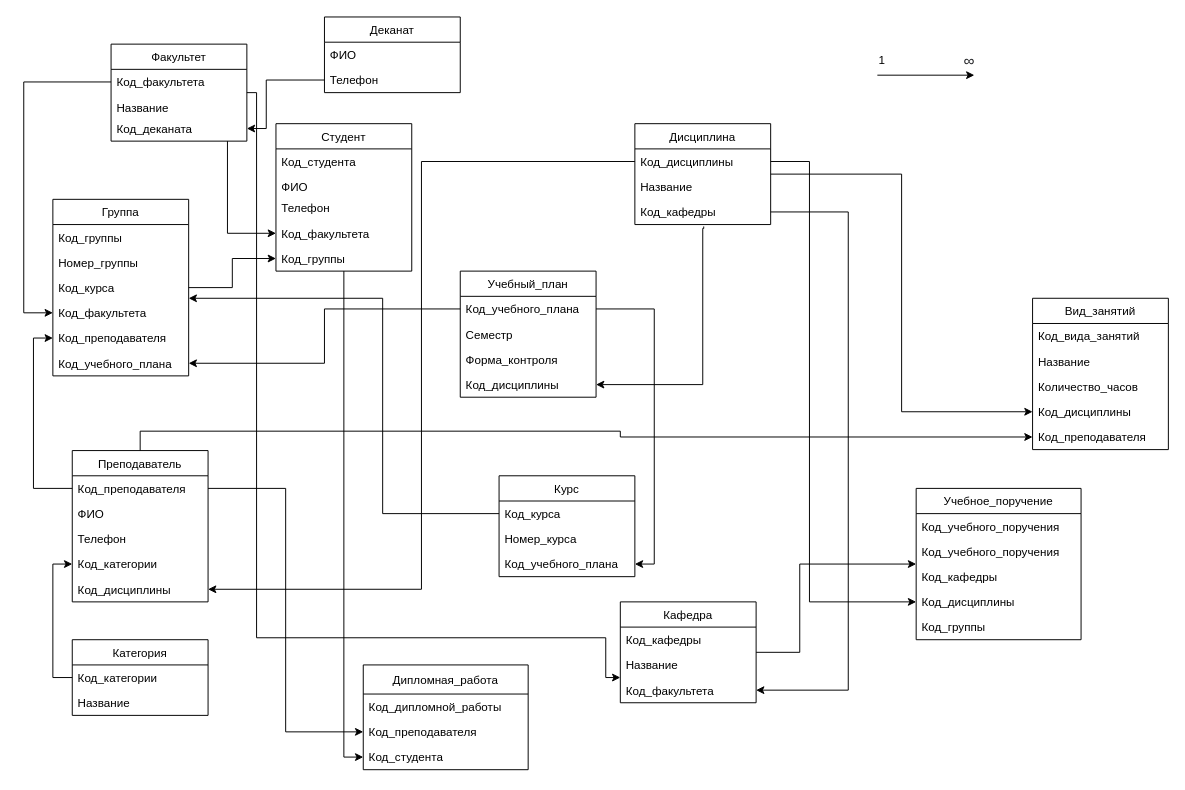
glushul/glushul keeps this draw.io diagram as Untitled Diagram.drawio. Above is the earlier version. Source tidied: cells renumbered, new cells numbered last; positions are measured from the earlier drawing's top-left corner, leaving out a move shared by most shapes. Both pictures are drawn from the tidied source at 97%, with x=0, y=0 at pixel (23, 16).
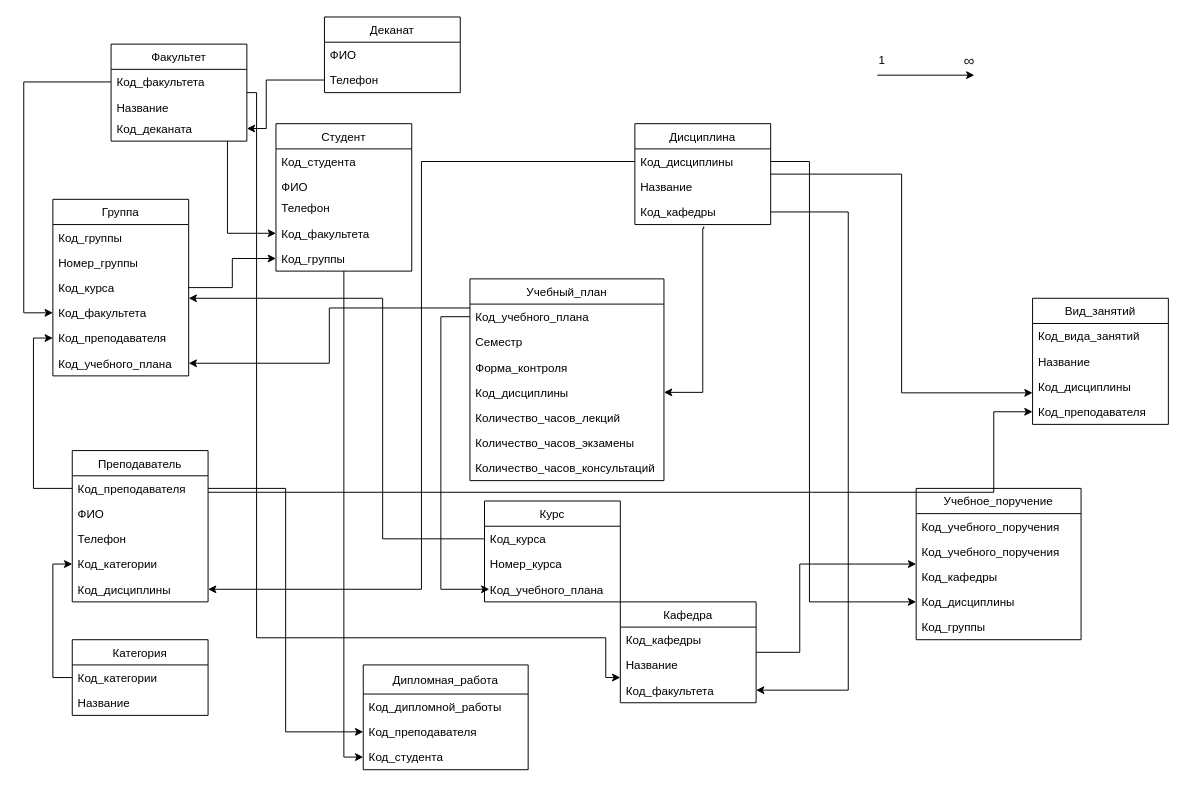
The same page after the edit.

The change refers to these unchanged cells:
```xml
<mxCell id="20" value="Преподаватель" style="swimlane;fontStyle=0;horizontal=1;startSize=26;fillColor=none;" parent="1" vertex="1">
  <mxGeometry x="50" y="447" width="140" height="156" as="geometry" />
</mxCell>
<mxCell id="36" value="Код_кафедры" style="text;strokeColor=none;fillColor=none;align=left;verticalAlign=top;spacingLeft=4;spacingRight=4;overflow=hidden;points=[[0,0.5],[1,0.5]];portConstraint=eastwest;" parent="33" vertex="1">
  <mxGeometry y="78" width="140" height="26" as="geometry" />
</mxCell>
<mxCell id="42" value="Код_курса" style="text;strokeColor=none;fillColor=none;align=left;verticalAlign=top;spacingLeft=4;spacingRight=4;overflow=hidden;points=[[0,0.5],[1,0.5]];portConstraint=eastwest;" parent="41" vertex="1">
  <mxGeometry y="26" width="140" height="26" as="geometry" />
</mxCell>
<mxCell id="44" value="Код_учебного_плана" style="text;strokeColor=none;fillColor=none;align=left;verticalAlign=top;spacingLeft=4;spacingRight=4;overflow=hidden;points=[[0,0.5],[1,0.5]];portConstraint=eastwest;" parent="41" vertex="1">
  <mxGeometry y="78" width="140" height="26" as="geometry" />
</mxCell>
<mxCell id="49" value="Код_курса&#10;" style="text;strokeColor=none;fillColor=none;align=left;verticalAlign=top;spacingLeft=4;spacingRight=4;overflow=hidden;points=[[0,0.5],[1,0.5]];portConstraint=eastwest;" parent="46" vertex="1">
  <mxGeometry y="78" width="140" height="26" as="geometry" />
</mxCell>
<mxCell id="52" value="Код_учебного_плана" style="text;strokeColor=none;fillColor=none;align=left;verticalAlign=top;spacingLeft=4;spacingRight=4;overflow=hidden;points=[[0,0.5],[1,0.5]];portConstraint=eastwest;" parent="46" vertex="1">
  <mxGeometry y="156" width="140" height="26" as="geometry" />
</mxCell>
```

The edit, as a diff of the source:
```diff
@@
     <mxCell id="19" style="edgeStyle=orthogonalEdgeStyle;rounded=0;jettySize=auto;html=1;entryX=0;entryY=0.5;entryDx=0;entryDy=0;" parent="1" edge="1" source="20" target="58">
-      <mxGeometry relative="1" as="geometry" />
+      <mxGeometry relative="1" as="geometry">
+        <Array as="points">
+          <mxPoint x="1000" y="490" />
+          <mxPoint x="1000" y="407" />
+        </Array>
+      </mxGeometry>
     </mxCell>
@@
     <mxCell id="26" value="Учебный_план" style="swimlane;fontStyle=0;horizontal=1;startSize=26;fillColor=none;" parent="1" vertex="1">
-      <mxGeometry x="450" y="262" width="140" height="130" as="geometry" />
+      <mxGeometry x="460" y="270" width="200" height="208" as="geometry" />
     </mxCell>
     <mxCell id="27" value="Код_учебного_плана" style="text;strokeColor=none;fillColor=none;align=left;verticalAlign=top;spacingLeft=4;spacingRight=4;overflow=hidden;points=[[0,0.5],[1,0.5]];portConstraint=eastwest;" parent="26" vertex="1">
-      <mxGeometry y="26" width="140" height="26" as="geometry" />
+      <mxGeometry y="26" width="200" height="26" as="geometry" />
     </mxCell>
     <mxCell id="28" value="Семестр" style="text;strokeColor=none;fillColor=none;align=left;verticalAlign=top;spacingLeft=4;spacingRight=4;overflow=hidden;" parent="26" vertex="1">
-      <mxGeometry y="52" width="140" height="26" as="geometry" />
+      <mxGeometry y="52" width="200" height="26" as="geometry" />
     </mxCell>
     <mxCell id="29" value="Форма_контроля" style="text;strokeColor=none;fillColor=none;align=left;verticalAlign=top;spacingLeft=4;spacingRight=4;overflow=hidden;" parent="26" vertex="1">
-      <mxGeometry y="78" width="140" height="26" as="geometry" />
+      <mxGeometry y="78" width="200" height="26" as="geometry" />
     </mxCell>
     <mxCell id="30" value="Код_дисциплины" style="text;strokeColor=none;fillColor=none;align=left;verticalAlign=top;spacingLeft=4;spacingRight=4;overflow=hidden;points=[[0,0.5],[1,0.5]];portConstraint=eastwest;" parent="26" vertex="1">
-      <mxGeometry y="104" width="140" height="26" as="geometry" />
+      <mxGeometry y="104" width="200" height="26" as="geometry" />
     </mxCell>
+    <mxCell id="86" value="Количество_часов_лекций" style="text;strokeColor=none;fillColor=none;align=left;verticalAlign=top;spacingLeft=4;spacingRight=4;overflow=hidden;" parent="26" vertex="1">
+      <mxGeometry y="130" width="200" height="26" as="geometry" />
+    </mxCell>
+    <mxCell id="87" value="Количество_часов_экзамены" style="text;strokeColor=none;fillColor=none;align=left;verticalAlign=top;spacingLeft=4;spacingRight=4;overflow=hidden;" parent="26" vertex="1">
+      <mxGeometry y="156" width="200" height="26" as="geometry" />
+    </mxCell>
+    <mxCell id="88" value="Количество_часов_консультаций" style="text;strokeColor=none;fillColor=none;align=left;verticalAlign=top;spacingLeft=4;spacingRight=4;overflow=hidden;" parent="26" vertex="1">
+      <mxGeometry y="182" width="200" height="26" as="geometry" />
+    </mxCell>
     <mxCell id="31" style="edgeStyle=orthogonalEdgeStyle;rounded=0;jettySize=auto;html=1;entryX=1;entryY=0.5;entryDx=0;entryDy=0;exitX=0.507;exitY=1.077;exitDx=0;exitDy=0;exitPerimeter=0;" parent="1" edge="1" source="36" target="30">
       <mxGeometry relative="1" as="geometry">
         <Array as="points">
           <mxPoint x="701" y="218" />
           <mxPoint x="700" y="218" />
-          <mxPoint x="700" y="379" />
+          <mxPoint x="700" y="387" />
         </Array>
       </mxGeometry>
     </mxCell>
@@
     <mxCell id="41" value="Курс" style="swimlane;fontStyle=0;horizontal=1;startSize=26;fillColor=none;" parent="1" vertex="1">
-      <mxGeometry x="490" y="473" width="140" height="104" as="geometry" />
+      <mxGeometry x="475" y="499" width="140" height="104" as="geometry" />
     </mxCell>
@@
     <mxCell id="53" value="Вид_занятий" style="swimlane;fontStyle=0;horizontal=1;startSize=26;fillColor=none;" parent="1" vertex="1">
-      <mxGeometry x="1040" y="290" width="140" height="156" as="geometry" />
+      <mxGeometry x="1040" y="290" width="140" height="130" as="geometry" />
     </mxCell>
@@
-    <mxCell id="56" value="Количество_часов" style="text;strokeColor=none;fillColor=none;align=left;verticalAlign=top;spacingLeft=4;spacingRight=4;overflow=hidden;" parent="53" vertex="1">
-      <mxGeometry y="78" width="140" height="26" as="geometry" />
-    </mxCell>
     <mxCell id="57" value="Код_дисциплины" style="text;strokeColor=none;fillColor=none;align=left;verticalAlign=top;spacingLeft=4;spacingRight=4;overflow=hidden;" parent="53" vertex="1">
-      <mxGeometry y="104" width="140" height="26" as="geometry" />
+      <mxGeometry y="78" width="140" height="26" as="geometry" />
     </mxCell>
     <mxCell id="58" value="Код_преподавателя&#10;" style="text;strokeColor=none;fillColor=none;align=left;verticalAlign=top;spacingLeft=4;spacingRight=4;overflow=hidden;points=[[0,0.5],[1,0.5]];portConstraint=eastwest;" parent="53" vertex="1">
-      <mxGeometry y="130" width="140" height="26" as="geometry" />
+      <mxGeometry y="104" width="140" height="26" as="geometry" />
     </mxCell>
@@
-    <mxCell id="71" style="edgeStyle=orthogonalEdgeStyle;rounded=0;jettySize=auto;html=1;entryX=1;entryY=0.5;entryDx=0;entryDy=0;" parent="1" edge="1" source="27" target="44">
-      <mxGeometry relative="1" as="geometry" />
+    <mxCell id="71" style="edgeStyle=orthogonalEdgeStyle;rounded=0;jettySize=auto;html=1;" parent="1" edge="1" source="27">
+      <mxGeometry relative="1" as="geometry">
+        <mxPoint x="480" y="590" as="targetPoint" />
+        <Array as="points">
+          <mxPoint x="430" y="309" />
+          <mxPoint x="430" y="590" />
+        </Array>
+      </mxGeometry>
     </mxCell>
@@
     <mxCell id="76" style="edgeStyle=orthogonalEdgeStyle;rounded=0;jettySize=auto;html=1;" parent="1" edge="1" source="27" target="52">
-      <mxGeometry relative="1" as="geometry" />
+      <mxGeometry relative="1" as="geometry">
+        <Array as="points">
+          <mxPoint x="315" y="300" />
+          <mxPoint x="315" y="357" />
+        </Array>
+      </mxGeometry>
     </mxCell>
     <mxCell id="77" style="edgeStyle=orthogonalEdgeStyle;rounded=0;jettySize=auto;html=1;entryX=1;entryY=0.923;entryDx=0;entryDy=0;entryPerimeter=0;" parent="1" edge="1" source="42" target="49">
       <mxGeometry relative="1" as="geometry">
         <Array as="points">
-          <mxPoint x="370" y="512" />
+          <mxPoint x="370" y="538" />
           <mxPoint x="370" y="290" />
         </Array>
       </mxGeometry>
     </mxCell>
```
